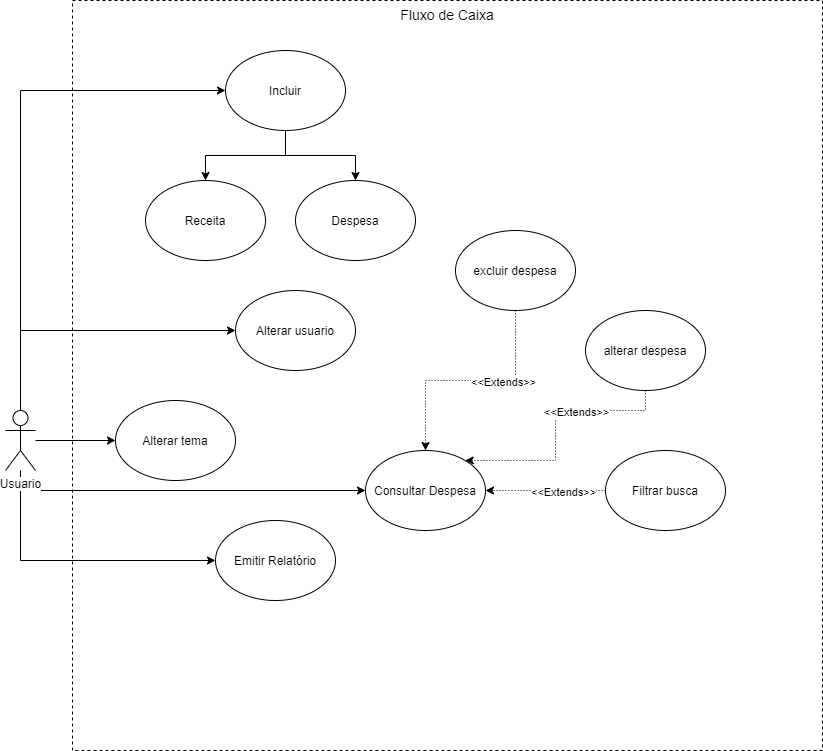
Earlier version of the draw.io export Diagramas/CasoUso_Despesa_Facil.png (flaviosenne/despesa-facil). Source tidied: cells renumbered, new cells last; positions are measured from the earlier drawing's top-left corner, leaving out a move shared by most shapes.
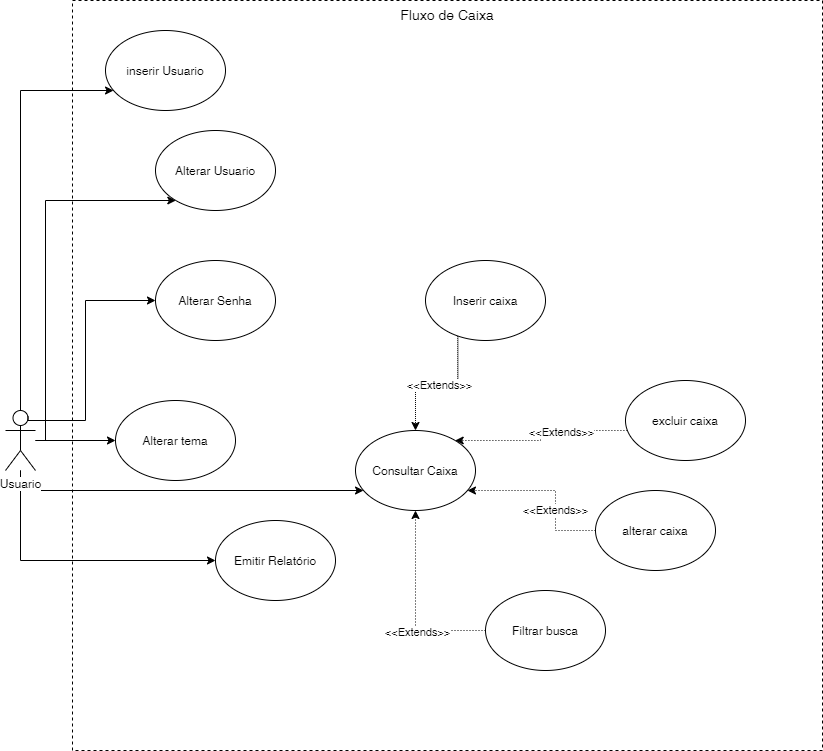
Later version of the same file.

The edit, as a diff of the source:
```diff
@@ -5,17 +5,10 @@
     <mxCell id="2" value="&lt;font style=&quot;font-size: 14px&quot;&gt;Fluxo de Caixa&lt;/font&gt;" style="whiteSpace=wrap;html=1;dashed=1;verticalAlign=top;" parent="1" vertex="1">
       <mxGeometry x="67" width="750" height="750" as="geometry" />
     </mxCell>
-    <mxCell id="3" style="edgeStyle=orthogonalEdgeStyle;rounded=0;jettySize=auto;html=1;" parent="1" edge="1" source="8" target="10">
-      <mxGeometry relative="1" as="geometry">
-        <Array as="points">
-          <mxPoint x="15" y="90" />
-        </Array>
-      </mxGeometry>
-    </mxCell>
     <mxCell id="4" style="edgeStyle=orthogonalEdgeStyle;rounded=0;jettySize=auto;html=1;" parent="1" edge="1" source="8" target="14">
       <mxGeometry relative="1" as="geometry">
         <Array as="points">
-          <mxPoint x="15" y="330" />
+          <mxPoint x="15" y="90" />
         </Array>
       </mxGeometry>
     </mxCell>
@@ -41,26 +34,19 @@
         </Array>
       </mxGeometry>
     </mxCell>
+    <mxCell id="27" style="edgeStyle=orthogonalEdgeStyle;rounded=0;jettySize=auto;html=1;" parent="1" edge="1" source="8" target="31">
+      <mxGeometry relative="1" as="geometry">
+        <Array as="points">
+          <mxPoint x="40" y="440" />
+          <mxPoint x="40" y="200" />
+        </Array>
+      </mxGeometry>
+    </mxCell>
     <mxCell id="8" value="Usuario" style="shape=umlActor;verticalLabelPosition=bottom;labelBackgroundColor=#ffffff;verticalAlign=top;html=1;outlineConnect=0;" parent="1" vertex="1">
       <mxGeometry y="410" width="30" height="60" as="geometry" />
     </mxCell>
-    <mxCell id="9" style="edgeStyle=orthogonalEdgeStyle;rounded=0;jettySize=auto;html=1;" parent="1" edge="1" source="10" target="11">
-      <mxGeometry relative="1" as="geometry" />
-    </mxCell>
-    <mxCell id="10" value="Incluir" style="ellipse;whiteSpace=wrap;html=1;" parent="1" vertex="1">
-      <mxGeometry x="220" y="50" width="120" height="80" as="geometry" />
-    </mxCell>
-    <mxCell id="11" value="Receita" style="ellipse;whiteSpace=wrap;html=1;" parent="1" vertex="1">
-      <mxGeometry x="140" y="180" width="120" height="80" as="geometry" />
-    </mxCell>
-    <mxCell id="12" value="Despesa" style="ellipse;whiteSpace=wrap;html=1;" parent="1" vertex="1">
-      <mxGeometry x="290" y="180" width="120" height="80" as="geometry" />
-    </mxCell>
-    <mxCell id="13" style="edgeStyle=orthogonalEdgeStyle;rounded=0;jettySize=auto;html=1;" parent="1" edge="1" source="10" target="12">
-      <mxGeometry relative="1" as="geometry" />
-    </mxCell>
-    <mxCell id="14" value="Alterar usuario" style="ellipse;whiteSpace=wrap;html=1;" parent="1" vertex="1">
-      <mxGeometry x="230" y="290" width="120" height="80" as="geometry" />
+    <mxCell id="14" value="inserir Usuario" style="ellipse;whiteSpace=wrap;html=1;" parent="1" vertex="1">
+      <mxGeometry x="100" y="30" width="120" height="80" as="geometry" />
     </mxCell>
     <mxCell id="15" value="Alterar tema" style="ellipse;whiteSpace=wrap;html=1;" parent="1" vertex="1">
       <mxGeometry x="110" y="400" width="120" height="80" as="geometry" />
@@ -68,14 +54,16 @@
     <mxCell id="16" value="Emitir Relatório" style="ellipse;whiteSpace=wrap;html=1;" parent="1" vertex="1">
       <mxGeometry x="210" y="520" width="120" height="80" as="geometry" />
     </mxCell>
+    <mxCell id="28" value="&amp;lt;&amp;lt;Extends&amp;gt;&amp;gt;" style="edgeStyle=orthogonalEdgeStyle;rounded=0;jettySize=auto;html=1;dashed=1;dashPattern=1 1;exitX=0.269;exitY=0.947;exitDx=0;exitDy=0;exitPerimeter=0;" parent="1" edge="1" source="29" target="17">
+      <mxGeometry relative="1" as="geometry" />
+    </mxCell>
-    <mxCell id="17" value="Consultar Despesa" style="ellipse;whiteSpace=wrap;html=1;" parent="1" vertex="1">
-      <mxGeometry x="360" y="450" width="120" height="80" as="geometry" />
+    <mxCell id="17" value="Consultar Caixa" style="ellipse;whiteSpace=wrap;html=1;" parent="1" vertex="1">
+      <mxGeometry x="350" y="430" width="120" height="80" as="geometry" />
     </mxCell>
     <mxCell id="18" style="edgeStyle=orthogonalEdgeStyle;rounded=0;jettySize=auto;html=1;dashed=1;dashPattern=1 2;" parent="1" edge="1" source="20" target="17">
       <mxGeometry relative="1" as="geometry">
         <Array as="points">
-          <mxPoint x="550" y="490" />
-          <mxPoint x="550" y="490" />
+          <mxPoint x="410" y="630" />
         </Array>
       </mxGeometry>
     </mxCell>
@@ -83,16 +71,21 @@
       <mxGeometry x="-0.28" y="1" relative="1" as="geometry" />
     </mxCell>
     <mxCell id="20" value="Filtrar busca" style="ellipse;whiteSpace=wrap;html=1;" parent="1" vertex="1">
-      <mxGeometry x="600" y="450" width="120" height="80" as="geometry" />
+      <mxGeometry x="480" y="590" width="120" height="80" as="geometry" />
     </mxCell>
-    <mxCell id="21" value="alterar despesa" style="ellipse;whiteSpace=wrap;html=1;" parent="1" vertex="1">
-      <mxGeometry x="580" y="310" width="120" height="80" as="geometry" />
+    <mxCell id="21" value="alterar caixa" style="ellipse;whiteSpace=wrap;html=1;" parent="1" vertex="1">
+      <mxGeometry x="590" y="490" width="120" height="80" as="geometry" />
     </mxCell>
-    <mxCell id="22" value="excluir despesa" style="ellipse;whiteSpace=wrap;html=1;" parent="1" vertex="1">
-      <mxGeometry x="450" y="230" width="120" height="80" as="geometry" />
+    <mxCell id="22" value="excluir caixa" style="ellipse;whiteSpace=wrap;html=1;" parent="1" vertex="1">
+      <mxGeometry x="620" y="380" width="120" height="80" as="geometry" />
     </mxCell>
     <mxCell id="23" style="edgeStyle=orthogonalEdgeStyle;rounded=0;jettySize=auto;html=1;dashed=1;dashPattern=1 2;" parent="1" edge="1" source="22" target="17">
-      <mxGeometry relative="1" as="geometry" />
+      <mxGeometry relative="1" as="geometry">
+        <Array as="points">
+          <mxPoint x="535" y="430" />
+          <mxPoint x="535" y="440" />
+        </Array>
+      </mxGeometry>
     </mxCell>
     <mxCell id="24" value="&amp;lt;&amp;lt;Extends&amp;gt;&amp;gt;" style="edgeLabel;html=1;align=center;verticalAlign=middle;" parent="23" vertex="1">
       <mxGeometry x="-0.28" y="1" relative="1" as="geometry" />
@@ -100,14 +93,31 @@
     <mxCell id="25" style="edgeStyle=orthogonalEdgeStyle;rounded=0;jettySize=auto;html=1;dashed=1;dashPattern=1 2;" parent="1" edge="1" source="21" target="17">
       <mxGeometry relative="1" as="geometry">
         <Array as="points">
-          <mxPoint x="640" y="410" />
-          <mxPoint x="550" y="410" />
-          <mxPoint x="550" y="460" />
+          <mxPoint x="550" y="530" />
+          <mxPoint x="550" y="490" />
         </Array>
       </mxGeometry>
     </mxCell>
     <mxCell id="26" value="&amp;lt;&amp;lt;Extends&amp;gt;&amp;gt;" style="edgeLabel;html=1;align=center;verticalAlign=middle;" parent="25" vertex="1">
       <mxGeometry x="-0.28" y="1" relative="1" as="geometry" />
     </mxCell>
+    <mxCell id="29" value="Inserir caixa" style="ellipse;whiteSpace=wrap;html=1;" parent="1" vertex="1">
+      <mxGeometry x="420" y="260" width="120" height="80" as="geometry" />
+    </mxCell>
+    <mxCell id="30" style="edgeStyle=orthogonalEdgeStyle;rounded=0;jettySize=auto;html=1;exitX=0.75;exitY=0.1;exitDx=0;exitDy=0;exitPerimeter=0;" parent="1" edge="1" source="8" target="32">
+      <mxGeometry relative="1" as="geometry">
+        <Array as="points">
+          <mxPoint x="23" y="420" />
+          <mxPoint x="80" y="420" />
+          <mxPoint x="80" y="300" />
+        </Array>
+      </mxGeometry>
+    </mxCell>
+    <mxCell id="31" value="Alterar Usuario" style="ellipse;whiteSpace=wrap;html=1;" parent="1" vertex="1">
+      <mxGeometry x="150" y="130" width="120" height="80" as="geometry" />
+    </mxCell>
+    <mxCell id="32" value="Alterar Senha" style="ellipse;whiteSpace=wrap;html=1;" parent="1" vertex="1">
+      <mxGeometry x="150" y="260" width="120" height="80" as="geometry" />
+    </mxCell>
   </root>
 </mxGraphModel>
```
